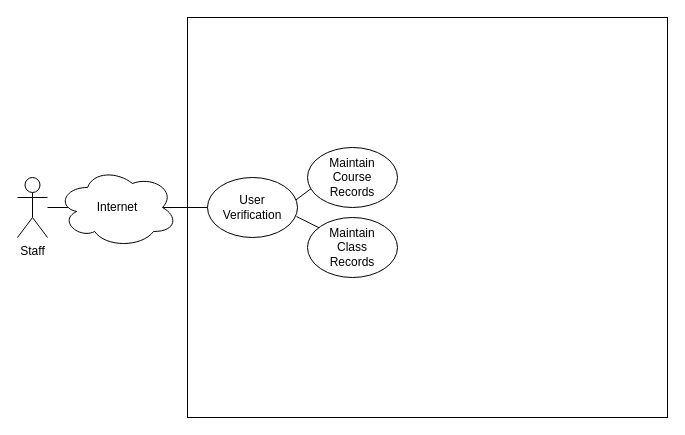
BrandonLombard/OOAD-SNHU keeps this draw.io diagram as use-case-diagram.drawio. Above is the earlier version. Source tidied: cells renumbered, new cells numbered last; positions are measured from the earlier drawing's top-left corner, leaving out a move shared by most shapes. Both pictures are drawn from the tidied source at 100%, with x=0, y=0 at pixel (17, 17).
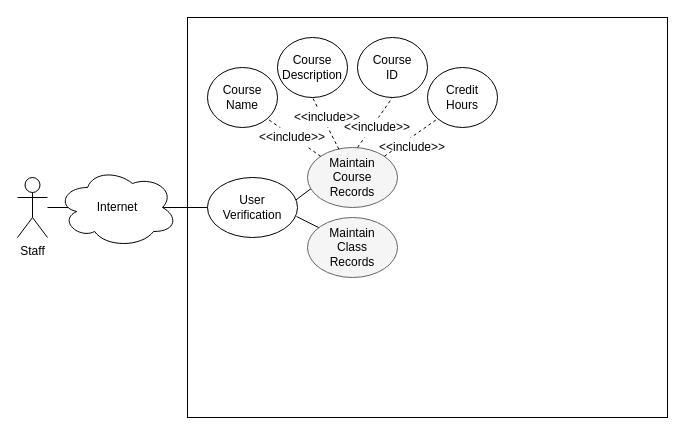
Above is the later version.

The edit, as a diff of the source:
```diff
@@
-    <mxCell id="12" style="ellipse;whiteSpace=wrap;html=1;" parent="1" vertex="1">
+    <mxCell id="12" style="ellipse;whiteSpace=wrap;html=1;fillColor=#f5f5f5;strokeColor=#666666;fontColor=#333333;" parent="1" vertex="1">
       <mxGeometry x="290" y="200" width="90" height="60" as="geometry" />
     </mxCell>
-    <mxCell id="13" style="ellipse;whiteSpace=wrap;html=1;" parent="1" vertex="1">
+    <mxCell id="13" style="ellipse;whiteSpace=wrap;html=1;fillColor=#f5f5f5;strokeColor=#666666;fontColor=#333333;" parent="1" vertex="1">
       <mxGeometry x="290" y="130" width="90" height="60" as="geometry" />
     </mxCell>
@@
+    <mxCell id="16" style="ellipse;whiteSpace=wrap;html=1;" parent="1" vertex="1">
+      <mxGeometry x="190" y="50" width="70" height="60" as="geometry" />
+    </mxCell>
+    <mxCell id="17" style="ellipse;whiteSpace=wrap;html=1;" parent="1" vertex="1">
+      <mxGeometry x="260" y="20" width="70" height="60" as="geometry" />
+    </mxCell>
+    <mxCell id="18" style="ellipse;whiteSpace=wrap;html=1;" parent="1" vertex="1">
+      <mxGeometry x="340" y="20" width="70" height="60" as="geometry" />
+    </mxCell>
+    <mxCell id="19" style="ellipse;whiteSpace=wrap;html=1;" parent="1" vertex="1">
+      <mxGeometry x="410" y="50" width="70" height="60" as="geometry" />
+    </mxCell>
+    <mxCell id="20" value="Course Description" style="text;html=1;strokeColor=none;fillColor=none;align=center;verticalAlign=middle;whiteSpace=wrap;rounded=0;" parent="1" vertex="1">
+      <mxGeometry x="275" y="40" width="40" height="20" as="geometry" />
+    </mxCell>
+    <mxCell id="21" value="Course Name" style="text;html=1;strokeColor=none;fillColor=none;align=center;verticalAlign=middle;whiteSpace=wrap;rounded=0;" parent="1" vertex="1">
+      <mxGeometry x="205" y="70" width="40" height="20" as="geometry" />
+    </mxCell>
+    <mxCell id="22" value="Course ID" style="text;html=1;strokeColor=none;fillColor=none;align=center;verticalAlign=middle;whiteSpace=wrap;rounded=0;" parent="1" vertex="1">
+      <mxGeometry x="355" y="40" width="40" height="20" as="geometry" />
+    </mxCell>
+    <mxCell id="23" value="Credit Hours" style="text;html=1;strokeColor=none;fillColor=none;align=center;verticalAlign=middle;whiteSpace=wrap;rounded=0;" parent="1" vertex="1">
+      <mxGeometry x="425" y="70" width="40" height="20" as="geometry" />
+    </mxCell>
+    <mxCell id="24" style="endArrow=none;html=1;entryX=1;entryY=1;entryDx=0;entryDy=0;exitX=0;exitY=0;exitDx=0;exitDy=0;dashed=1;" parent="1" edge="1" source="13" target="16">
+      <mxGeometry relative="1" as="geometry" />
+    </mxCell>
+    <mxCell id="25" style="endArrow=none;html=1;exitX=0.349;exitY=0.03;exitDx=0;exitDy=0;exitPerimeter=0;entryX=0.5;entryY=1;entryDx=0;entryDy=0;dashed=1;" parent="1" edge="1" source="13" target="17">
+      <mxGeometry relative="1" as="geometry" />
+    </mxCell>
+    <mxCell id="26" style="endArrow=none;html=1;entryX=0.5;entryY=1;entryDx=0;entryDy=0;dashed=1;" parent="1" edge="1" target="18">
+      <mxGeometry relative="1" as="geometry">
+        <mxPoint x="340" y="130" as="sourcePoint" />
+      </mxGeometry>
+    </mxCell>
+    <mxCell id="27" style="endArrow=none;html=1;entryX=0;entryY=1;entryDx=0;entryDy=0;exitX=1;exitY=0;exitDx=0;exitDy=0;dashed=1;" parent="1" edge="1" source="13" target="19">
+      <mxGeometry relative="1" as="geometry" />
+    </mxCell>
+    <mxCell id="28" value="&amp;lt;&amp;lt;include&amp;gt;&amp;gt;" style="text;html=1;strokeColor=none;align=center;verticalAlign=middle;whiteSpace=wrap;rounded=0;fillColor=#ffffff;" parent="1" vertex="1">
+      <mxGeometry x="255" y="110" width="40" height="20" as="geometry" />
+    </mxCell>
+    <mxCell id="29" value="&amp;lt;&amp;lt;include&amp;gt;&amp;gt;" style="text;html=1;strokeColor=none;align=center;verticalAlign=middle;whiteSpace=wrap;rounded=0;fillColor=#ffffff;" parent="1" vertex="1">
+      <mxGeometry x="290" y="90" width="40" height="20" as="geometry" />
+    </mxCell>
+    <mxCell id="30" value="&amp;lt;&amp;lt;include&amp;gt;&amp;gt;" style="text;html=1;strokeColor=none;align=center;verticalAlign=middle;whiteSpace=wrap;rounded=0;fillColor=#ffffff;" parent="1" vertex="1">
+      <mxGeometry x="340" y="100" width="40" height="20" as="geometry" />
+    </mxCell>
+    <mxCell id="31" value="&amp;lt;&amp;lt;include&amp;gt;&amp;gt;" style="text;html=1;strokeColor=none;align=center;verticalAlign=middle;whiteSpace=wrap;rounded=0;fillColor=#ffffff;" parent="1" vertex="1">
+      <mxGeometry x="375" y="120" width="40" height="20" as="geometry" />
+    </mxCell>
```
